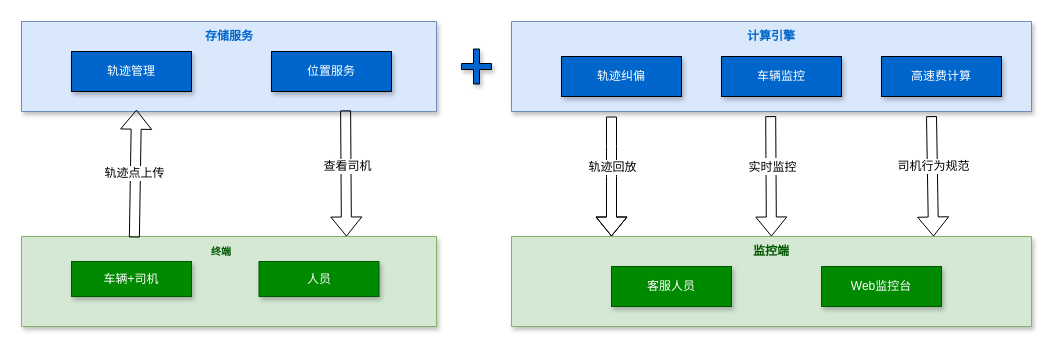
leonwcy/test keeps this draw.io diagram as page "第 1 页" (1 of 2) of 汇报.drawio. Above is the earlier version. Source tidied: cells renumbered, new cells numbered last; positions are measured from the earlier drawing's top-left corner, leaving out a move shared by most shapes. Both pictures are drawn from the tidied source at 100%, with x=0, y=0 at pixel (21, 21).
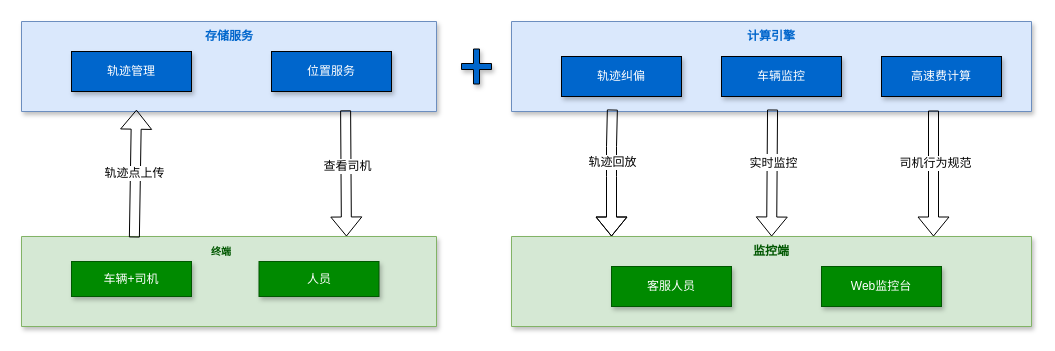
The same page after the edit.

The change refers to these unchanged cells:
```xml
<mxCell id="6" style="verticalLabelPosition=bottom;verticalAlign=top;html=1;shape=mxgraph.basic.rect;fillColor2=none;strokeWidth=1;size=20;indent=5;shadow=1;fillColor=#dae8fc;strokeColor=#6c8ebf;" parent="1" vertex="1">
  <mxGeometry x="490" width="520" height="90" as="geometry" />
</mxCell>
<mxCell id="29" value="&lt;font color=&quot;#005700&quot;&gt;&lt;b&gt;监控端&lt;/b&gt;&lt;/font&gt;" style="text;html=1;strokeColor=none;fillColor=none;align=center;verticalAlign=middle;whiteSpace=wrap;rounded=0;shadow=1;" parent="1" vertex="1">
  <mxGeometry x="720" y="215" width="60" height="30" as="geometry" />
</mxCell>
```

The edit, as a diff of the source:
```diff
@@
-    <mxCell id="22" style="shape=flexArrow;endArrow=classic;html=1;rounded=0;" parent="1" edge="1">
+    <mxCell id="22" style="shape=flexArrow;endArrow=classic;html=1;rounded=0;exitX=0.194;exitY=0.978;exitDx=0;exitDy=0;exitPerimeter=0;" parent="1" edge="1" source="6">
       <mxGeometry relative="1" as="geometry">
-        <mxPoint x="590" y="95" as="sourcePoint" />
         <mxPoint x="590" y="215" as="targetPoint" />
         <Array as="points">
           <mxPoint x="590" y="125" />
           <mxPoint x="590" y="155" />
         </Array>
       </mxGeometry>
     </mxCell>
@@
-    <mxCell id="24" style="shape=flexArrow;endArrow=classic;html=1;rounded=0;exitX=0.781;exitY=0.987;exitDx=0;exitDy=0;exitPerimeter=0;" parent="1" edge="1">
+    <mxCell id="24" style="shape=flexArrow;endArrow=classic;html=1;rounded=0;" parent="1" edge="1">
       <mxGeometry relative="1" as="geometry">
-        <mxPoint x="910" y="94.6" as="sourcePoint" />
+        <mxPoint x="912" y="89" as="sourcePoint" />
         <mxPoint x="912" y="215" as="targetPoint" />
       </mxGeometry>
     </mxCell>
@@
-    <mxCell id="26" style="shape=flexArrow;endArrow=classic;html=1;rounded=0;exitX=0.781;exitY=0.987;exitDx=0;exitDy=0;exitPerimeter=0;" parent="1" edge="1" target="29">
-      <mxGeometry relative="1" as="geometry">
-        <mxPoint x="749.2" y="94.6" as="sourcePoint" />
-      </mxGeometry>
+    <mxCell id="26" style="shape=flexArrow;endArrow=classic;html=1;rounded=0;exitX=0.502;exitY=0.978;exitDx=0;exitDy=0;exitPerimeter=0;" parent="1" edge="1" source="6" target="29">
+      <mxGeometry relative="1" as="geometry" />
     </mxCell>
```
